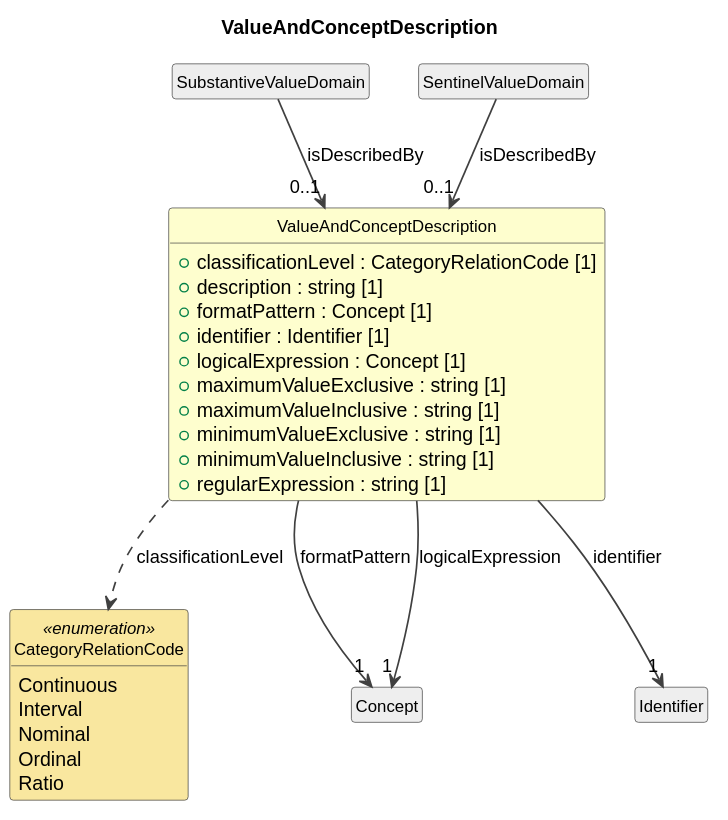
Before: cdif-uml-model/_plantuml/cdifDataStructure/Classes/ValueAndConceptDescription.svg, a diagram exported from PlantUML (Cross-Domain-Interoperability-Framework/metadataBuildingBlocks).
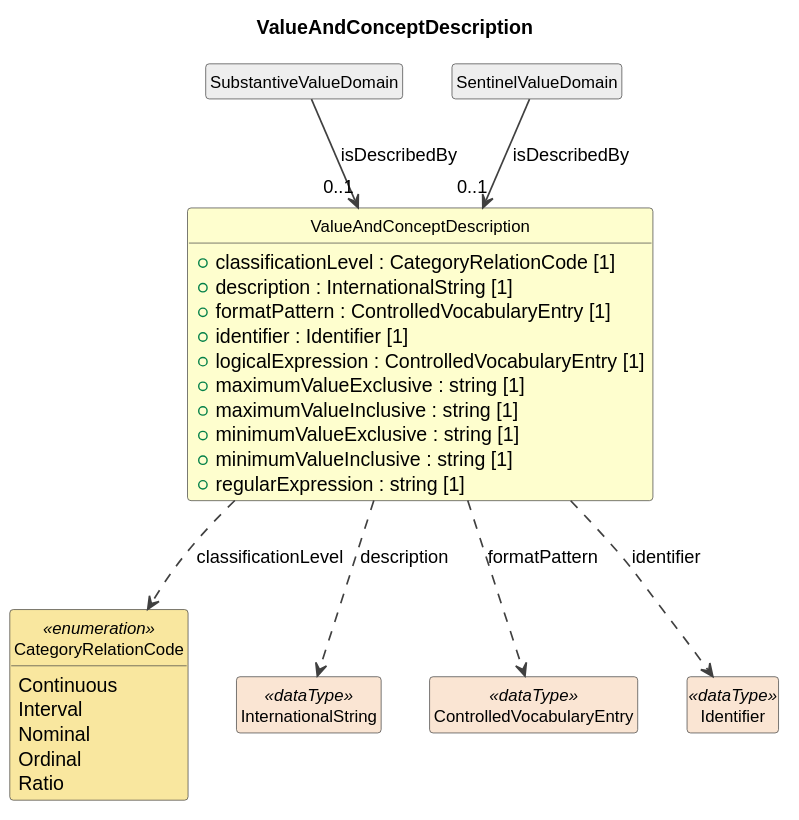
After the change.

The edit, as a diff of the source:
```diff
@@ -12,10 +12,10 @@
 
 class "ValueAndConceptDescription" as ValueAndConceptDescription #FEFECE {
   +classificationLevel : CategoryRelationCode [1]
-  +description : string [1]
-  +formatPattern : Concept [1]
+  +description : InternationalString [1]
+  +formatPattern : ControlledVocabularyEntry [1]
   +identifier : Identifier [1]
-  +logicalExpression : Concept [1]
+  +logicalExpression : ControlledVocabularyEntry [1]
   +maximumValueExclusive : string [1]
   +maximumValueInclusive : string [1]
   +minimumValueExclusive : string [1]
@@ -35,9 +35,10 @@
   Ratio
 }
 ValueAndConceptDescription ..> CategoryRelationCode : classificationLevel
-class "Concept" as Concept #EEEEEE
-ValueAndConceptDescription --> "1" Concept : formatPattern
-class "Identifier" as Identifier #EEEEEE
-ValueAndConceptDescription --> "1" Identifier : identifier
-ValueAndConceptDescription --> "1" Concept : logicalExpression
+class "InternationalString" as InternationalString <<dataType>> #FAE5D3
+ValueAndConceptDescription ..> InternationalString : description
+class "ControlledVocabularyEntry" as ControlledVocabularyEntry <<dataType>> #FAE5D3
+ValueAndConceptDescription ..> ControlledVocabularyEntry : formatPattern
+class "Identifier" as Identifier <<dataType>> #FAE5D3
+ValueAndConceptDescription ..> Identifier : identifier
 @enduml
```
